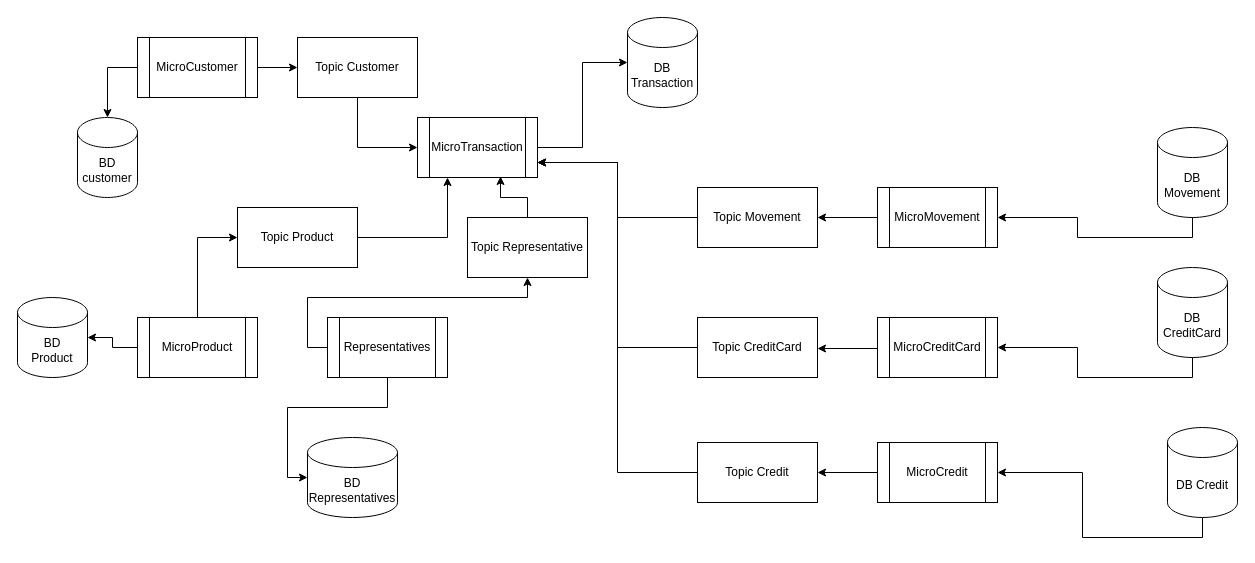
Earlier version of the draw.io diagram diagrama_microservices.drawio (ajoelflores124/everbanco). Source tidied: cells renumbered, new cells numbered last; positions are measured from the earlier drawing's top-left corner, leaving out a move shared by most shapes. Both pictures are drawn from the tidied source at 100%, with x=0, y=0 at pixel (17, 17).
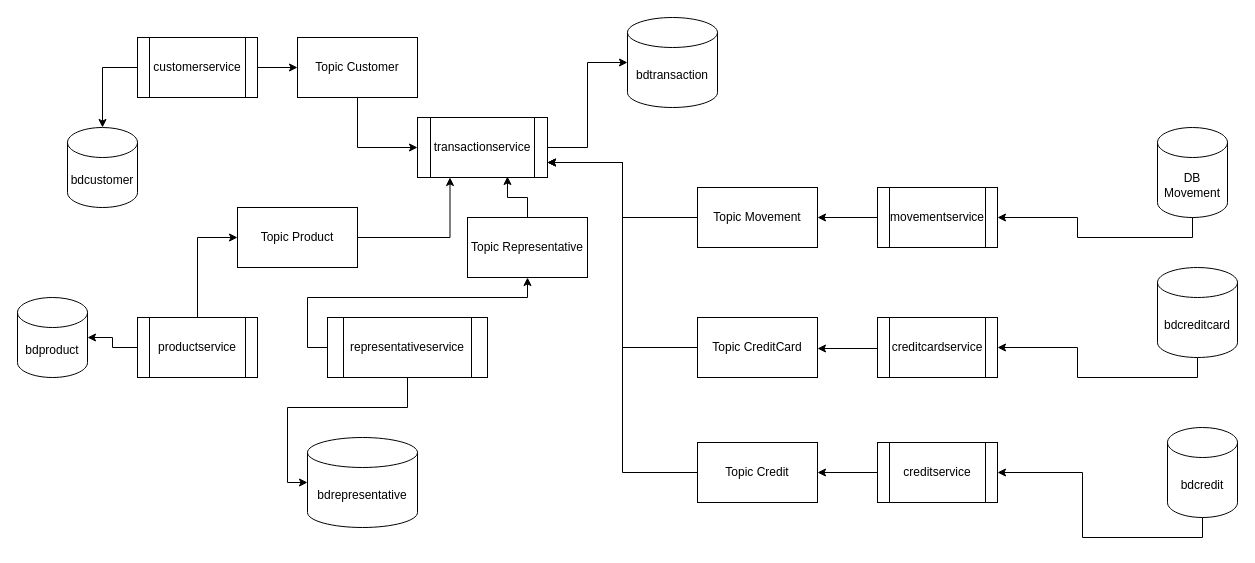
After the change.

The edit, as a diff of the source:
```diff
@@
-    <mxCell id="2" value="MicroCustomer" style="shape=process;whiteSpace=wrap;html=1;backgroundOutline=1;" parent="1" vertex="1">
+    <mxCell id="2" value="customerservice" style="shape=process;whiteSpace=wrap;html=1;backgroundOutline=1;" parent="1" vertex="1">
       <mxGeometry x="120" y="20" width="120" height="60" as="geometry" />
     </mxCell>
-    <mxCell id="3" value="BD&lt;br&gt;customer" style="shape=cylinder3;whiteSpace=wrap;html=1;boundedLbl=1;backgroundOutline=1;size=15;" parent="1" vertex="1">
-      <mxGeometry x="60" y="100" width="60" height="80" as="geometry" />
+    <mxCell id="3" value="bdcustomer" style="shape=cylinder3;whiteSpace=wrap;html=1;boundedLbl=1;backgroundOutline=1;size=15;" parent="1" vertex="1">
+      <mxGeometry x="50" y="110" width="70" height="80" as="geometry" />
     </mxCell>
-    <mxCell id="4" value="MicroProduct" style="shape=process;whiteSpace=wrap;html=1;backgroundOutline=1;" parent="1" vertex="1">
+    <mxCell id="4" value="productservice" style="shape=process;whiteSpace=wrap;html=1;backgroundOutline=1;" parent="1" vertex="1">
       <mxGeometry x="120" y="300" width="120" height="60" as="geometry" />
     </mxCell>
-    <mxCell id="5" value="BD&lt;br&gt;Product" style="shape=cylinder3;whiteSpace=wrap;html=1;boundedLbl=1;backgroundOutline=1;size=15;" parent="1" vertex="1">
+    <mxCell id="5" value="bdproduct" style="shape=cylinder3;whiteSpace=wrap;html=1;boundedLbl=1;backgroundOutline=1;size=15;" parent="1" vertex="1">
       <mxGeometry y="280" width="70" height="80" as="geometry" />
     </mxCell>
@@
-    <mxCell id="7" value="MicroTransaction" style="shape=process;whiteSpace=wrap;html=1;backgroundOutline=1;" parent="1" vertex="1">
-      <mxGeometry x="400" y="100" width="120" height="60" as="geometry" />
+    <mxCell id="7" value="transactionservice" style="shape=process;whiteSpace=wrap;html=1;backgroundOutline=1;" parent="1" vertex="1">
+      <mxGeometry x="400" y="100" width="130" height="60" as="geometry" />
     </mxCell>
-    <mxCell id="8" value="DB Transaction" style="shape=cylinder3;whiteSpace=wrap;html=1;boundedLbl=1;backgroundOutline=1;size=15;" parent="1" vertex="1">
-      <mxGeometry x="610" width="70" height="90" as="geometry" />
+    <mxCell id="8" value="bdtransaction" style="shape=cylinder3;whiteSpace=wrap;html=1;boundedLbl=1;backgroundOutline=1;size=15;" parent="1" vertex="1">
+      <mxGeometry x="610" width="90" height="90" as="geometry" />
     </mxCell>
-    <mxCell id="9" value="BD&lt;br&gt;Representatives" style="shape=cylinder3;whiteSpace=wrap;html=1;boundedLbl=1;backgroundOutline=1;size=15;" parent="1" vertex="1">
-      <mxGeometry x="290" y="420" width="90" height="80" as="geometry" />
+    <mxCell id="9" value="bdrepresentative" style="shape=cylinder3;whiteSpace=wrap;html=1;boundedLbl=1;backgroundOutline=1;size=15;" parent="1" vertex="1">
+      <mxGeometry x="290" y="420" width="110" height="90" as="geometry" />
     </mxCell>
@@
-    <mxCell id="18" value="Representatives" style="shape=process;whiteSpace=wrap;html=1;backgroundOutline=1;" parent="1" vertex="1">
-      <mxGeometry x="310" y="300" width="120" height="60" as="geometry" />
+    <mxCell id="18" value="representativeservice" style="shape=process;whiteSpace=wrap;html=1;backgroundOutline=1;" parent="1" vertex="1">
+      <mxGeometry x="310" y="300" width="160" height="60" as="geometry" />
     </mxCell>
@@
     <mxCell id="22" style="edgeStyle=orthogonalEdgeStyle;rounded=0;jettySize=auto;html=1;entryX=0.5;entryY=0;entryDx=0;entryDy=0;entryPerimeter=0;exitX=0;exitY=0.5;exitDx=0;exitDy=0;" parent="1" edge="1" source="2" target="3">
       <mxGeometry relative="1" as="geometry">
         <Array as="points">
-          <mxPoint x="90" y="50" />
+          <mxPoint x="85" y="50" />
         </Array>
       </mxGeometry>
     </mxCell>
-    <mxCell id="23" value="MicroMovement" style="shape=process;whiteSpace=wrap;html=1;backgroundOutline=1;" parent="1" vertex="1">
+    <mxCell id="23" value="movementservice" style="shape=process;whiteSpace=wrap;html=1;backgroundOutline=1;" parent="1" vertex="1">
       <mxGeometry x="860" y="170" width="120" height="60" as="geometry" />
     </mxCell>
@@
-    <mxCell id="26" value="MicroCreditCard" style="shape=process;whiteSpace=wrap;html=1;backgroundOutline=1;" parent="1" vertex="1">
+    <mxCell id="26" value="creditcardservice" style="shape=process;whiteSpace=wrap;html=1;backgroundOutline=1;" parent="1" vertex="1">
       <mxGeometry x="860" y="300" width="120" height="60" as="geometry" />
     </mxCell>
-    <mxCell id="27" value="DB CreditCard" style="shape=cylinder3;whiteSpace=wrap;html=1;boundedLbl=1;backgroundOutline=1;size=15;" parent="1" vertex="1">
-      <mxGeometry x="1140" y="250" width="70" height="90" as="geometry" />
+    <mxCell id="27" value="bdcreditcard" style="shape=cylinder3;whiteSpace=wrap;html=1;boundedLbl=1;backgroundOutline=1;size=15;" parent="1" vertex="1">
+      <mxGeometry x="1140" y="250" width="80" height="90" as="geometry" />
     </mxCell>
@@
-    <mxCell id="30" value="MicroCredit" style="shape=process;whiteSpace=wrap;html=1;backgroundOutline=1;" parent="1" vertex="1">
+    <mxCell id="30" value="creditservice" style="shape=process;whiteSpace=wrap;html=1;backgroundOutline=1;" parent="1" vertex="1">
       <mxGeometry x="860" y="425" width="120" height="60" as="geometry" />
     </mxCell>
-    <mxCell id="31" value="DB Credit" style="shape=cylinder3;whiteSpace=wrap;html=1;boundedLbl=1;backgroundOutline=1;size=15;" parent="1" vertex="1">
+    <mxCell id="31" value="bdcredit" style="shape=cylinder3;whiteSpace=wrap;html=1;boundedLbl=1;backgroundOutline=1;size=15;" parent="1" vertex="1">
       <mxGeometry x="1150" y="410" width="70" height="90" as="geometry" />
     </mxCell>
```
